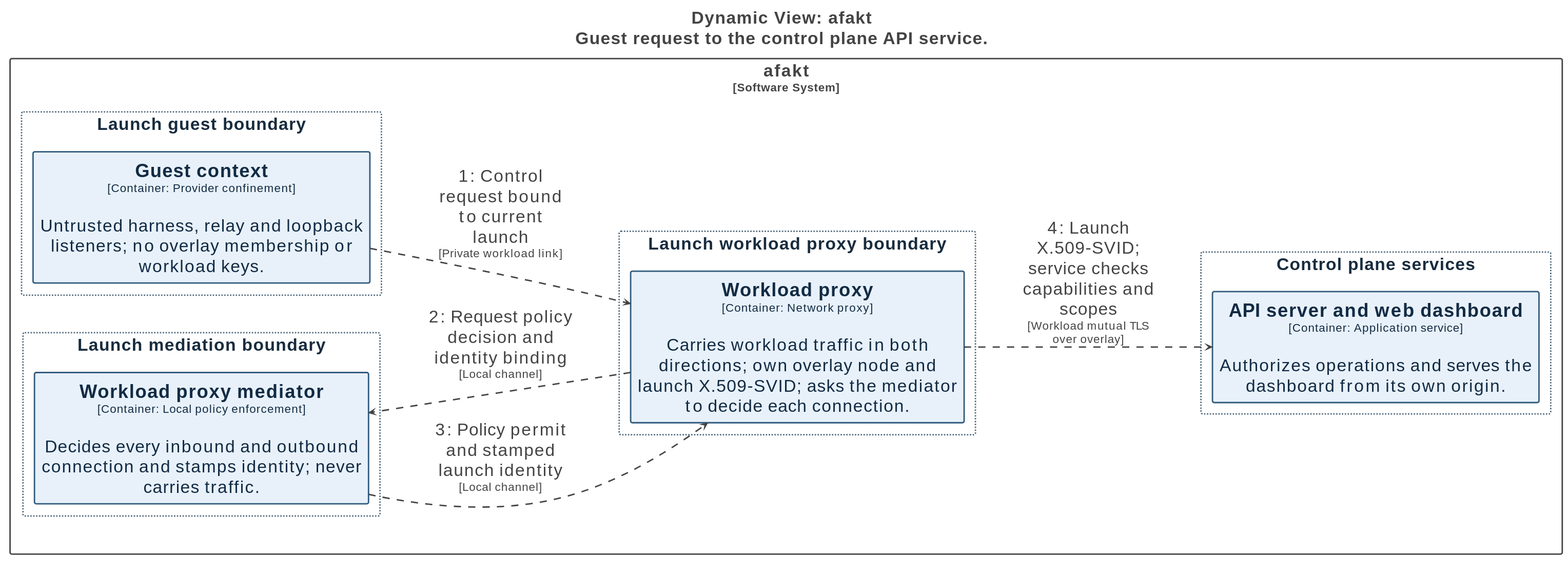
Before: docs/diagrams/structurizr-network-flow-control.svg, a diagram exported from PlantUML (tbhb-dev/afakt). Its source is kept beside it as docs/diagrams/structurizr-network-flow-control.puml.
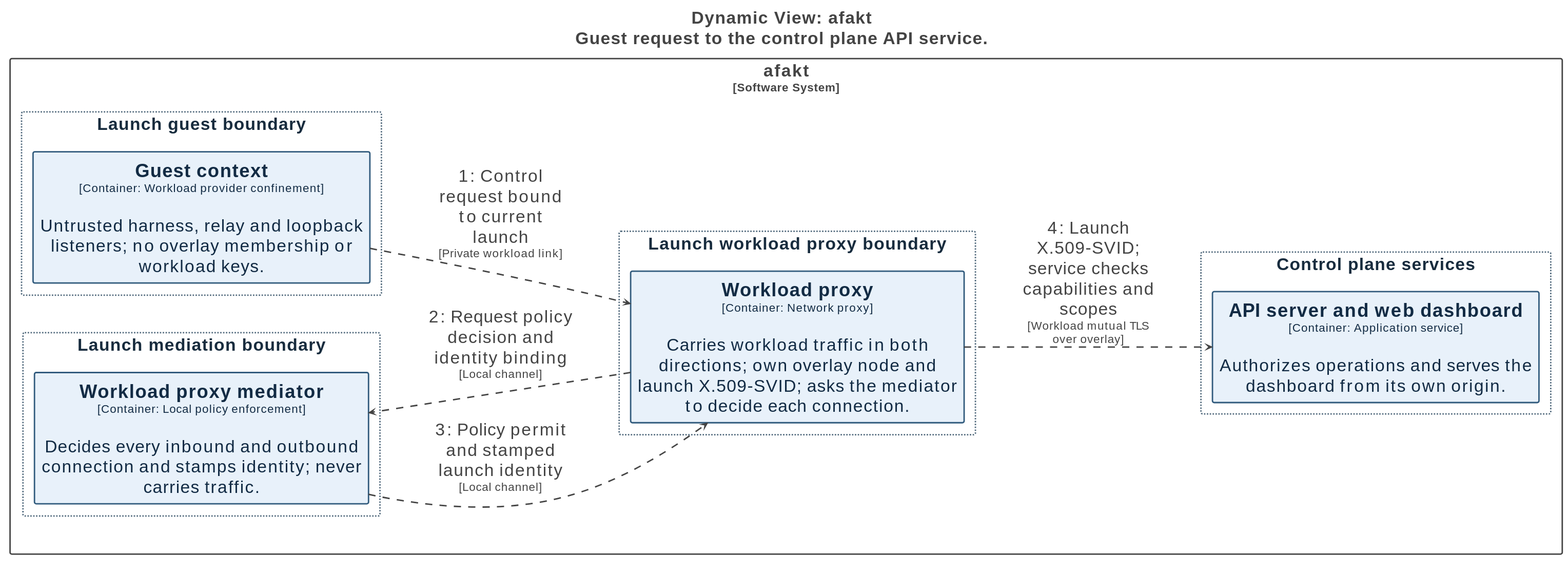
Above is the later version.

Diff of the diagram source:
```diff
@@ -101,7 +101,7 @@
   }
 
   rectangle "Launch guest boundary" <<Group-TGF1bmNoIGd1ZXN0IGJvdW5kYXJ5>> as group7 {
-    rectangle "==Guest context\n<size:16>[Container: Provider confinement]</size>\n\nUntrusted harness, relay and loopback listeners; no overlay membership or workload keys." <<Element-RWxlbWVudCxUb3BvbG9neQ==>> as afakt.Guestcontext
+    rectangle "==Guest context\n<size:16>[Container: Workload provider confinement]</size>\n\nUntrusted harness, relay and loopback listeners; no overlay membership or workload keys." <<Element-RWxlbWVudCxUb3BvbG9neQ==>> as afakt.Guestcontext
   }
 
   rectangle "Launch mediation boundary" <<Group-TGF1bmNoIG1lZGlhdGlvbiBib3VuZGFyeQ==>> as group8 {
```
